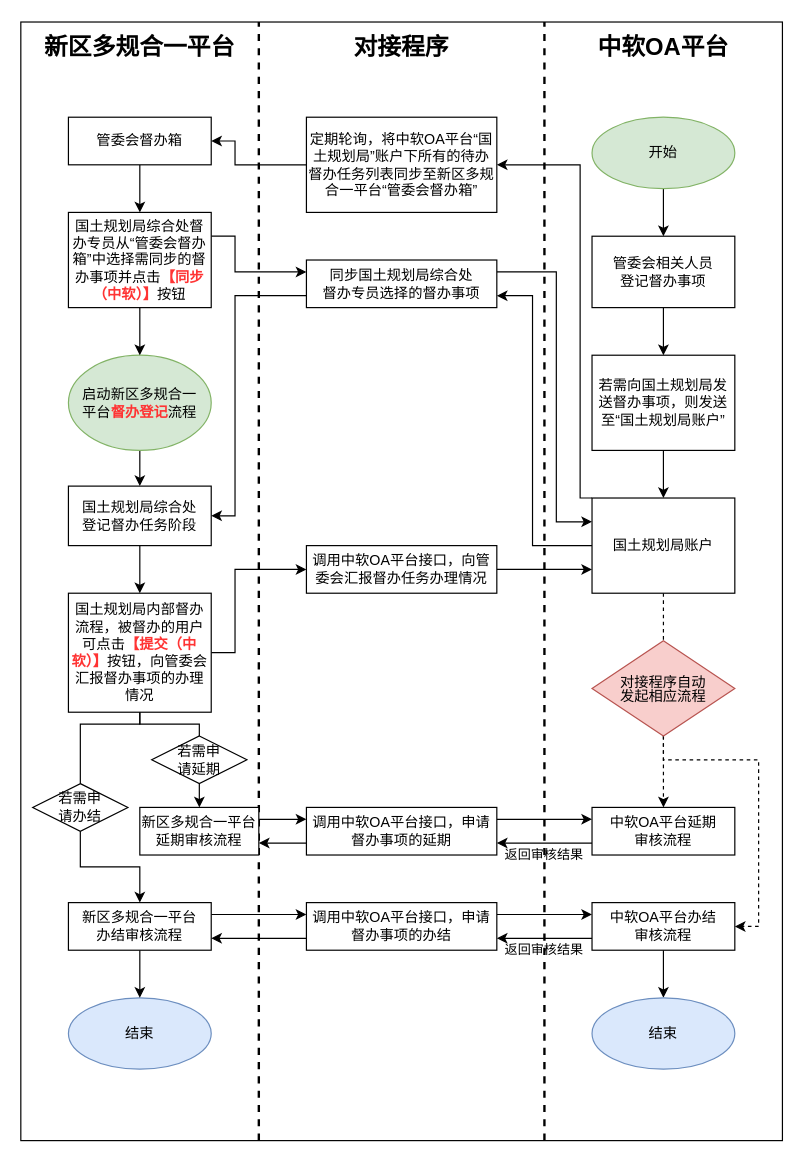
This is page "督办模块" (6 of 8) of 中软对接.drawio from 806100963/draw.io, a draw.io file, before an edit. Source tidied: cells renumbered, new cells numbered last; positions are measured from the earlier drawing's top-left corner, leaving out a move shared by most shapes. Both pictures are drawn from the tidied source at 119%, with x=0, y=0 at pixel (20, 21).
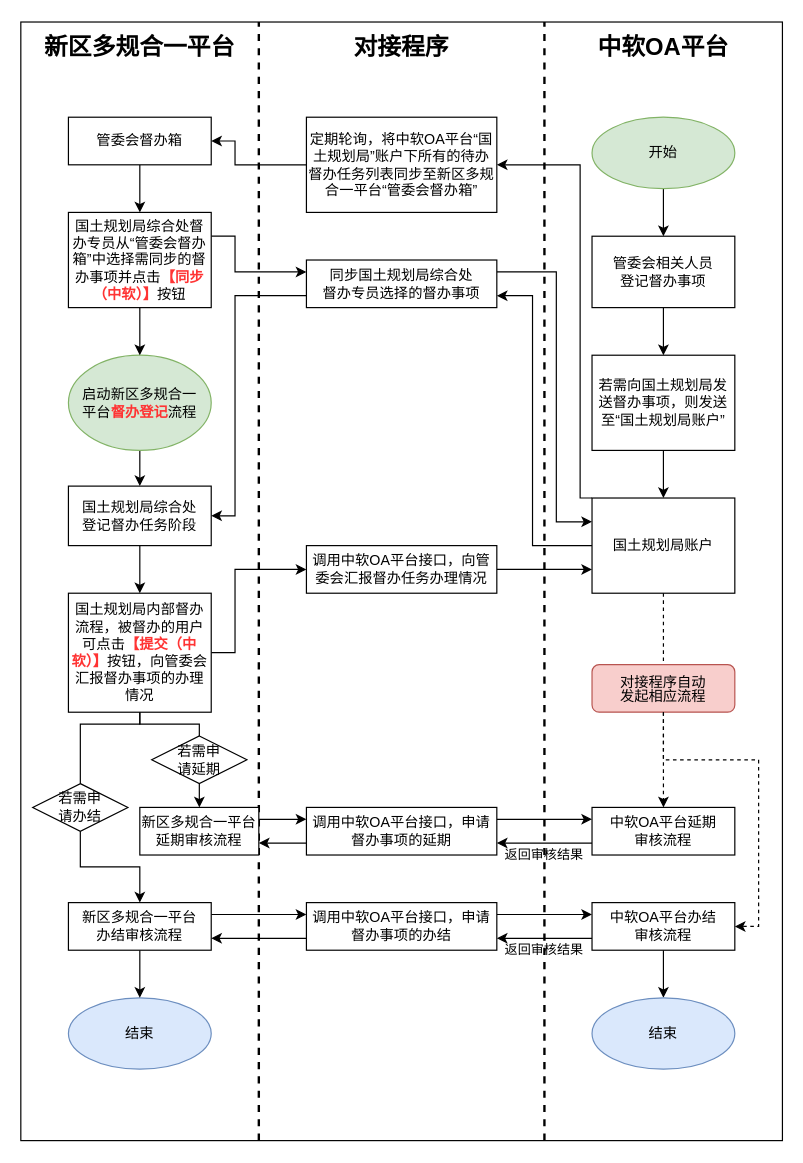
Above is the later version.

Unchanged cells that the change refers to:
```xml
<mxCell id="2" style="group;" parent="1" vertex="1">
  <mxGeometry width="640" height="940" as="geometry" />
</mxCell>
<mxCell id="18" value="国土规划局账户" style="rounded=0;whiteSpace=wrap;html=1;fontSize=12;" parent="1" vertex="1">
  <mxGeometry x="480" y="400" width="120" height="80" as="geometry" />
</mxCell>
<mxCell id="36" value="中软OA平台办结&lt;br&gt;审核流程" style="whiteSpace=wrap;html=1;rounded=0;" parent="1" vertex="1">
  <mxGeometry x="480" y="740" width="120" height="40" as="geometry" />
</mxCell>
<mxCell id="60" value="中软OA平台延期&lt;br&gt;审核流程" style="whiteSpace=wrap;html=1;rounded=0;" parent="1" vertex="1">
  <mxGeometry x="480" y="660" width="120" height="40" as="geometry" />
</mxCell>
```

Change to the diagram source:
```diff
@@
+    <mxCell id="65" value="&lt;div style=&quot;text-align: justify ; line-height: 12px&quot;&gt;对接程序自动&lt;/div&gt;&lt;div style=&quot;text-align: justify ; line-height: 12px&quot;&gt;发起相应流程&lt;/div&gt;" style="rounded=1;whiteSpace=wrap;html=1;fillColor=#f8cecc;strokeColor=#b85450;" parent="2" vertex="1">
+      <mxGeometry x="480" y="540" width="120" height="40" as="geometry" />
+    </mxCell>
@@
-    <mxCell id="16" style="edgeStyle=orthogonalEdgeStyle;rounded=0;jettySize=auto;html=1;exitX=0.5;exitY=1;exitDx=0;exitDy=0;fontSize=7;dashed=1;" parent="1" edge="1" source="18" target="60">
+    <mxCell id="16" style="edgeStyle=orthogonalEdgeStyle;rounded=0;jettySize=auto;html=1;exitX=0.5;exitY=1;exitDx=0;exitDy=0;fontSize=7;dashed=1;startArrow=none;" parent="1" edge="1" source="65" target="60">
       <mxGeometry relative="1" as="geometry" />
     </mxCell>
-    <mxCell id="17" style="edgeStyle=orthogonalEdgeStyle;rounded=0;jettySize=auto;html=1;exitX=0.5;exitY=1;exitDx=0;exitDy=0;entryX=1;entryY=0.5;entryDx=0;entryDy=0;fontSize=7;startArrow=none;dashed=1;" parent="1" edge="1" source="63" target="36">
+    <mxCell id="17" style="edgeStyle=orthogonalEdgeStyle;rounded=0;jettySize=auto;html=1;entryX=1;entryY=0.5;entryDx=0;entryDy=0;fontSize=7;startArrow=none;dashed=1;" parent="1" edge="1" source="65" target="36">
       <mxGeometry relative="1" as="geometry">
         <Array as="points">
           <mxPoint x="540" y="620" />
           <mxPoint x="620" y="620" />
           <mxPoint x="620" y="760" />
         </Array>
       </mxGeometry>
     </mxCell>
@@
-    <mxCell id="63" value="&lt;p&gt;&lt;/p&gt;&lt;div style=&quot;text-align: justify ; line-height: 100% ; font-size: 12px&quot;&gt;对接程序自动&lt;/div&gt;&lt;div style=&quot;text-align: justify ; line-height: 100% ; font-size: 12px&quot;&gt;发起&lt;span&gt;相应流程&lt;/span&gt;&lt;/div&gt;&lt;p&gt;&lt;/p&gt;" style="rhombus;whiteSpace=wrap;html=1;fontSize=20;align=center;spacing=0;fillColor=#f8cecc;strokeColor=#b85450;" parent="1" vertex="1">
-      <mxGeometry x="480" y="520" width="120" height="80" as="geometry" />
-    </mxCell>
@@
+    <mxCell id="66" style="edgeStyle=orthogonalEdgeStyle;rounded=0;jettySize=auto;html=1;exitX=0.5;exitY=1;exitDx=0;exitDy=0;fontSize=7;dashed=1;endArrow=none;" parent="1" edge="1" source="18" target="65">
+      <mxGeometry relative="1" as="geometry" />
+    </mxCell>
```
